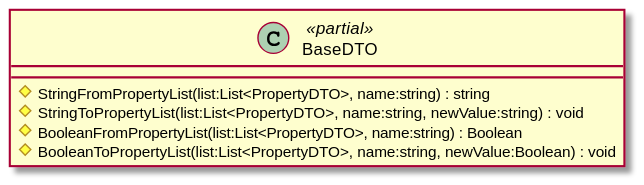
Above: wEBcMD/Doc/Types/cs/BaseDTO.svg in kokolorix/wEBcMD (PlantUML), before the change.
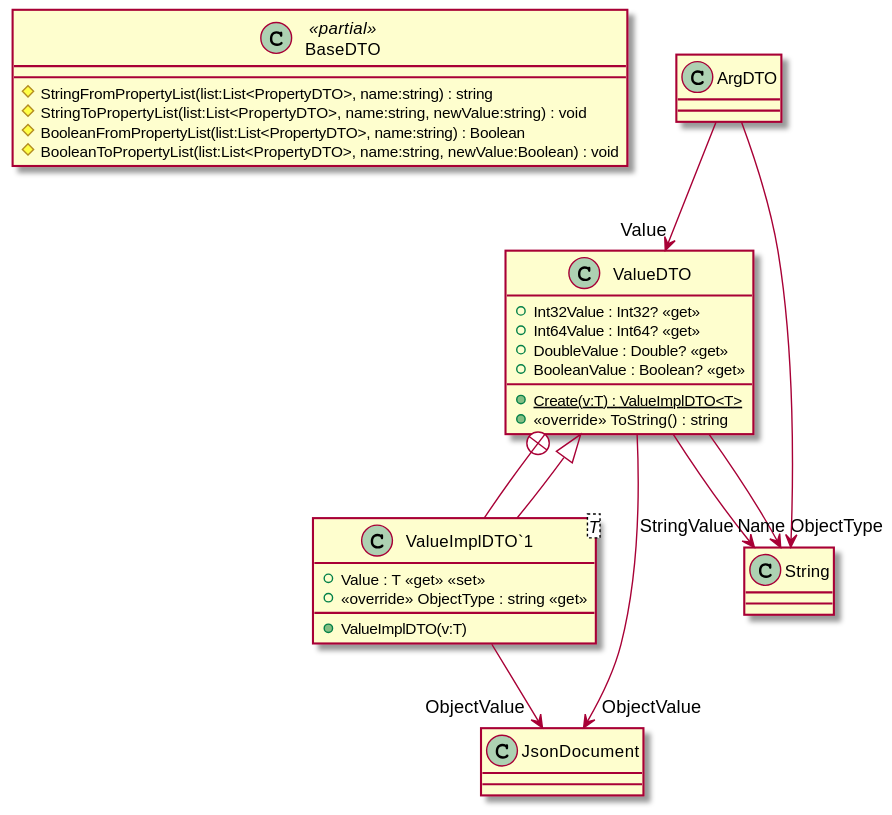
Later version of the same file.

The edit, as a diff of the source:
```diff
@@ -5,4 +5,27 @@
     # BooleanFromPropertyList(list:List<PropertyDTO>, name:string) : Boolean
     # BooleanToPropertyList(list:List<PropertyDTO>, name:string, newValue:Boolean) : void
 }
+class ValueDTO {
+    + {static} Create(v:T) : ValueImplDTO<T>
+    + Int32Value : Int32? <<get>>
+    + Int64Value : Int64? <<get>>
+    + DoubleValue : Double? <<get>>
+    + BooleanValue : Boolean? <<get>>
+    + <<override>> ToString() : string
+}
+class ArgDTO {
+}
+class "ValueImplDTO`1"<T> {
+    + ValueImplDTO(v:T)
+    + Value : T <<get>> <<set>>
+    + <<override>> ObjectType : string <<get>>
+}
+ValueDTO --> "StringValue" String
+ValueDTO --> "ObjectType" String
+ValueDTO --> "ObjectValue" JsonDocument
+ArgDTO --> "Name" String
+ArgDTO --> "Value" ValueDTO
+ValueDTO +-- "ValueImplDTO`1"
+ValueDTO <|-- "ValueImplDTO`1"
+"ValueImplDTO`1" --> "ObjectValue" JsonDocument
 @enduml
```
